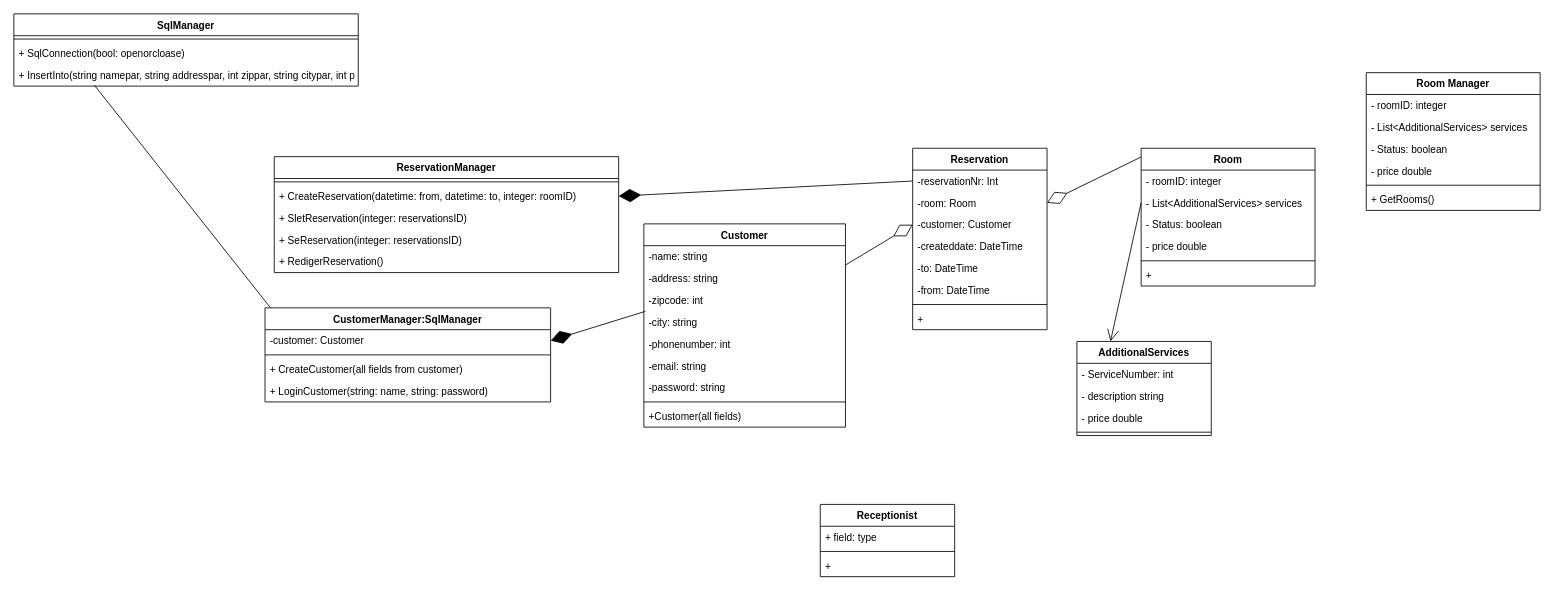
NansyT/CountryLiving keeps this draw.io diagram as Dokumentation/KlasseDiagram.drawio. Above is the earlier version. Source tidied: cells renumbered, new cells numbered last; positions are measured from the earlier drawing's top-left corner, leaving out a move shared by most shapes. Both pictures are drawn from the tidied source at 84%, with x=0, y=0 at pixel (13, 13).
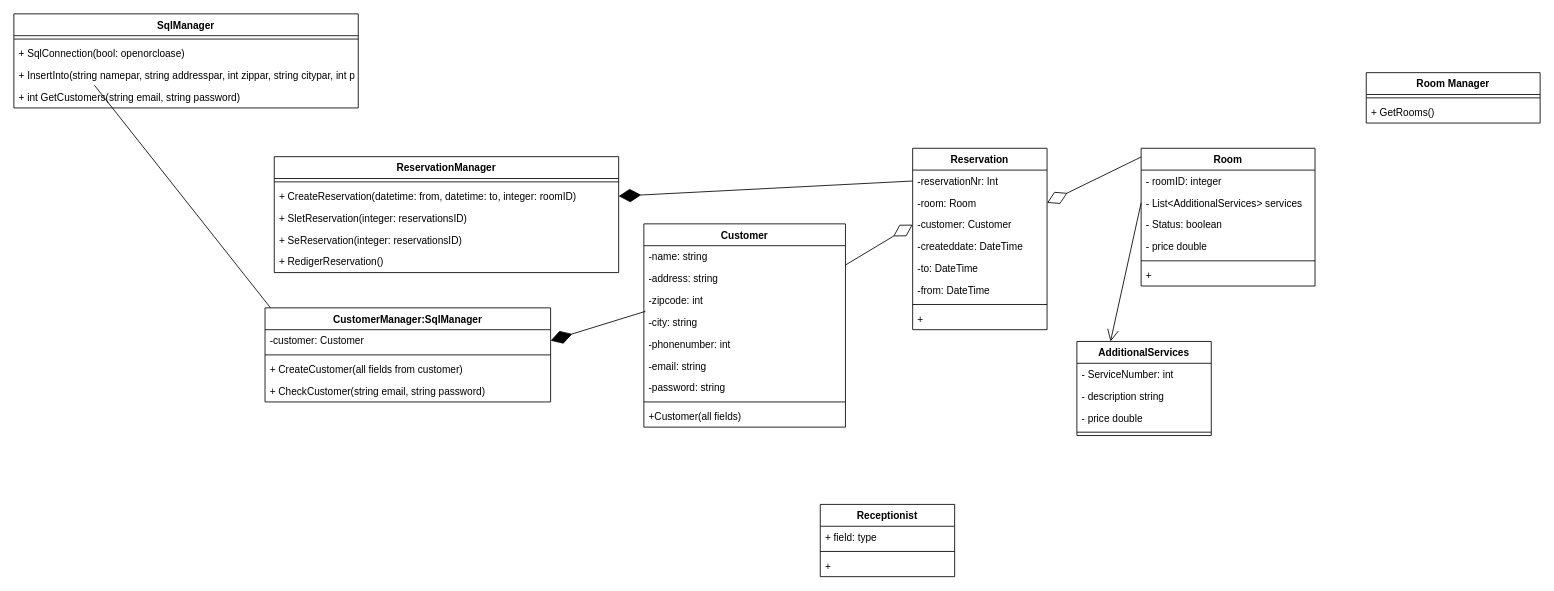
After the change.

Commit message:
update klasse diagram

Unchanged cells that the change refers to:
```xml
<mxCell id="53" value="CustomerManager:SqlManager" style="swimlane;fontStyle=1;align=center;verticalAlign=top;horizontal=1;startSize=26;" parent="1" vertex="1">
  <mxGeometry x="299" y="350" width="340" height="112" as="geometry" />
</mxCell>
```

The edit, as a diff of the source:
```diff
@@
     <mxCell id="48" value="SqlManager" style="swimlane;fontStyle=1;align=center;verticalAlign=top;horizontal=1;startSize=26;" parent="1" vertex="1">
-      <mxGeometry width="410" height="86" as="geometry" />
+      <mxGeometry width="410" height="112" as="geometry" />
     </mxCell>
@@
+    <mxCell id="65" value="+ int GetCustomers(string email, string password)" style="text;strokeColor=none;fillColor=none;align=left;verticalAlign=top;spacingLeft=4;spacingRight=4;overflow=hidden;fontStyle=0;" parent="48" vertex="1">
+      <mxGeometry y="86" width="410" height="26" as="geometry" />
+    </mxCell>
@@
-    <mxCell id="57" value="+ LoginCustomer(string: name, string: password)" style="text;strokeColor=none;fillColor=none;align=left;verticalAlign=top;spacingLeft=4;spacingRight=4;overflow=hidden;" parent="53" vertex="1">
+    <mxCell id="57" value="+ CheckCustomer(string email, string password)" style="text;strokeColor=none;fillColor=none;align=left;verticalAlign=top;spacingLeft=4;spacingRight=4;overflow=hidden;" parent="53" vertex="1">
       <mxGeometry y="86" width="340" height="26" as="geometry" />
     </mxCell>
     <mxCell id="58" value="Room Manager" style="swimlane;fontStyle=1;align=center;verticalAlign=top;horizontal=1;startSize=26;" parent="1" vertex="1">
-      <mxGeometry x="1610" y="70" width="207" height="164" as="geometry" />
+      <mxGeometry x="1610" y="70" width="207" height="60" as="geometry" />
     </mxCell>
-    <mxCell id="59" value="- roomID: integer" style="text;strokeColor=none;fillColor=none;align=left;verticalAlign=top;spacingLeft=4;spacingRight=4;overflow=hidden;" parent="58" vertex="1">
-      <mxGeometry y="26" width="207" height="26" as="geometry" />
-    </mxCell>
-    <mxCell id="60" value="- List&lt;AdditionalServices&gt; services" style="text;strokeColor=none;fillColor=none;align=left;verticalAlign=top;spacingLeft=4;spacingRight=4;overflow=hidden;fontStyle=0;" parent="58" vertex="1">
-      <mxGeometry y="52" width="207" height="26" as="geometry" />
-    </mxCell>
-    <mxCell id="61" value="- Status: boolean" style="text;strokeColor=none;fillColor=none;align=left;verticalAlign=top;spacingLeft=4;spacingRight=4;overflow=hidden;" parent="58" vertex="1">
-      <mxGeometry y="78" width="207" height="26" as="geometry" />
-    </mxCell>
-    <mxCell id="62" value="- price double" style="text;strokeColor=none;fillColor=none;align=left;verticalAlign=top;spacingLeft=4;spacingRight=4;overflow=hidden;" parent="58" vertex="1">
-      <mxGeometry y="104" width="207" height="26" as="geometry" />
-    </mxCell>
     <mxCell id="63" style="line;strokeWidth=1;fillColor=none;align=left;verticalAlign=middle;spacingTop=-1;spacingLeft=3;spacingRight=3;labelPosition=right;" parent="58" vertex="1">
-      <mxGeometry y="130" width="207" height="8" as="geometry" />
+      <mxGeometry y="26" width="207" height="8" as="geometry" />
     </mxCell>
     <mxCell id="64" value="+ GetRooms()" style="text;strokeColor=none;fillColor=none;align=left;verticalAlign=top;spacingLeft=4;spacingRight=4;overflow=hidden;" parent="58" vertex="1">
-      <mxGeometry y="138" width="207" height="26" as="geometry" />
+      <mxGeometry y="34" width="207" height="26" as="geometry" />
     </mxCell>
```
